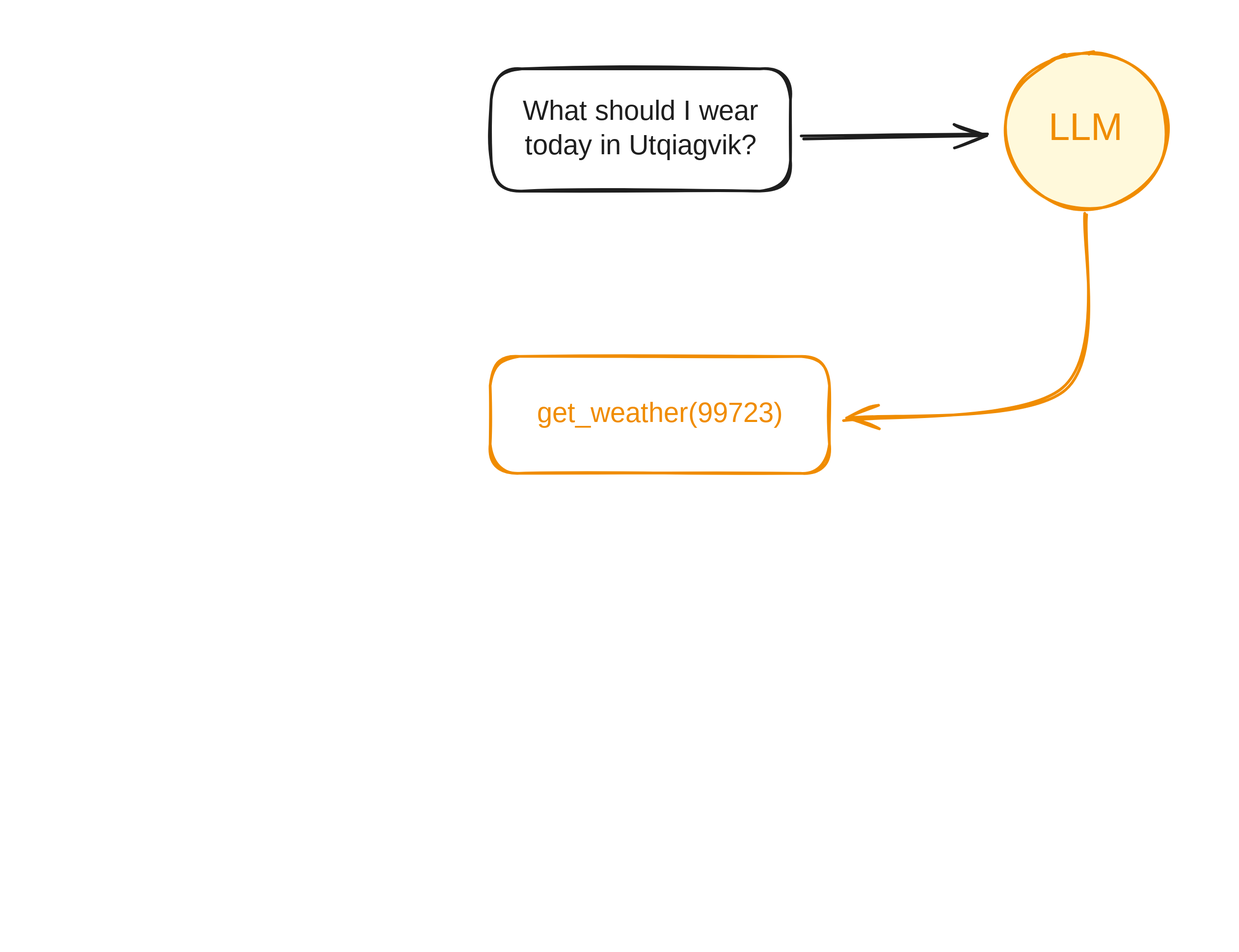
skaltman/r-pharma-llm keeps this Excalidraw diagram as website/slides/assets/tools-diagram-02.excalidraw.svg. Above is the earlier version. Source tidied: one line per element, renumbered; positions are measured from the earlier drawing's top-left corner, leaving out a move shared by most shapes.
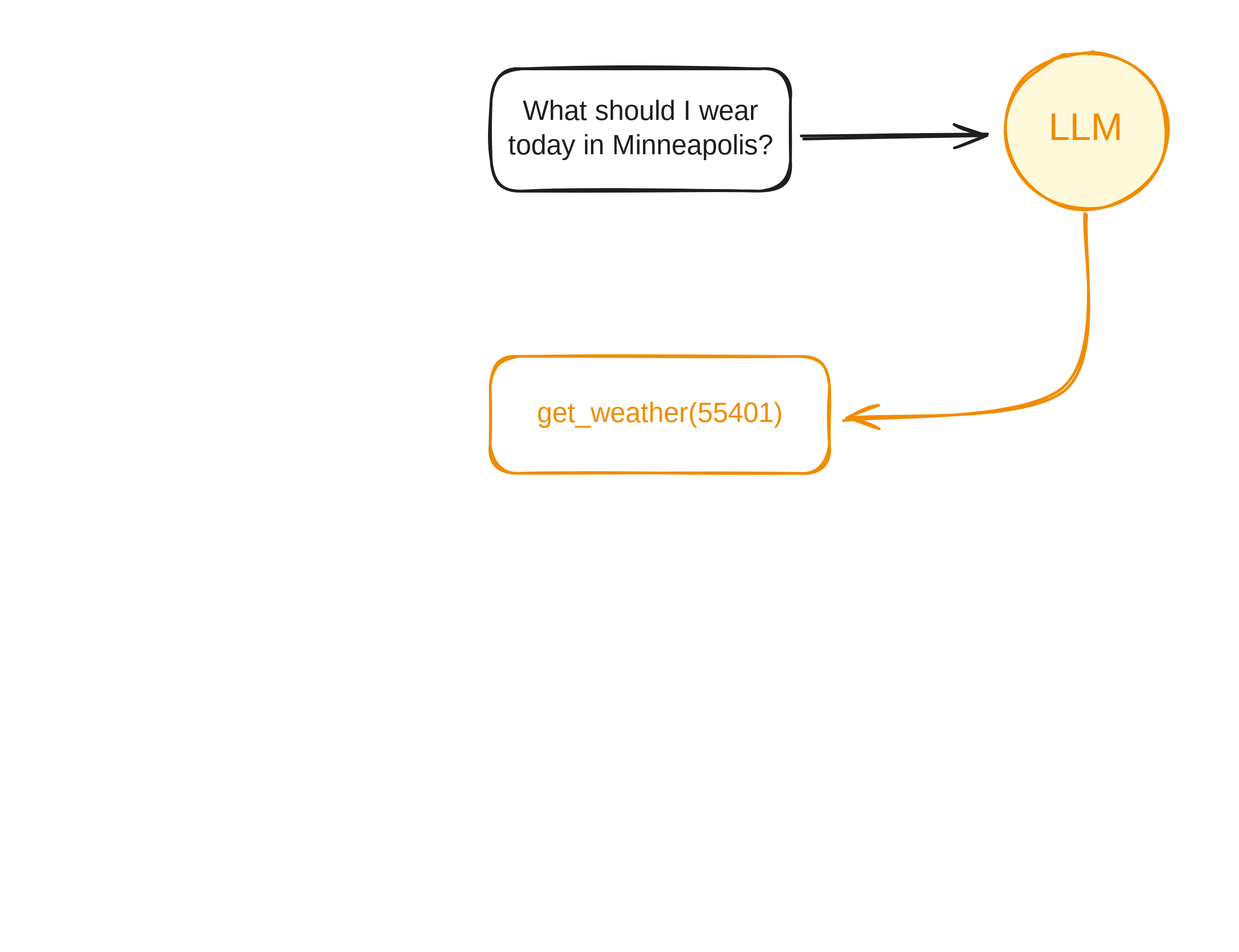
After the change.

The edit, as a diff of the source:
```diff
@@ -1,9 +1,9 @@
 {"id": 0, "type": "rectangle", "strokeColor": "#1e1e1e", "strokeWidth": 2, "roughness": 1, "round": true, "x": 347, "y": 40, "width": 218, "height": 89}
-{"id": 1, "type": "text", "text": "What should I wear\ntoday in Utqiagvik?", "strokeColor": "#1e1e1e", "strokeWidth": 2, "roughness": 1, "fontSize": 20, "fontFamily": 5, "textAlign": "center", "verticalAlign": "middle", "inside": 0, "x": 361, "y": 60, "width": 191, "height": 50}
+{"id": 1, "type": "text", "text": "What should I wear\ntoday in Minneapolis?", "strokeColor": "#1e1e1e", "strokeWidth": 2, "roughness": 1, "fontSize": 20, "fontFamily": 5, "textAlign": "center", "verticalAlign": "middle", "inside": 0, "x": 354, "y": 60, "width": 204, "height": 50}
 {"id": 2, "type": "ellipse", "strokeColor": "#f08c00", "backgroundColor": "#fff9db", "fillStyle": "solid", "strokeWidth": 2, "roughness": 1, "round": true, "x": 721, "y": 28, "width": 119, "height": 114}
 {"id": 3, "type": "text", "text": "LLM", "strokeColor": "#f08c00", "backgroundColor": "#ffec99", "fillStyle": "solid", "strokeWidth": 2, "roughness": 1, "fontSize": 28, "fontFamily": 5, "textAlign": "center", "verticalAlign": "middle", "inside": 2, "x": 754, "y": 67, "width": 52, "height": 35}
 {"id": 4, "type": "arrow", "strokeColor": "#1e1e1e", "backgroundColor": "#b2f2bb", "fillStyle": "solid", "strokeWidth": 2, "roughness": 1, "endArrowhead": "arrow", "round": true, "from": 0, "to": 2, "x": 574, "y": 90, "width": 134, "height": 2, "points": [[0, 0], [134, -2]]}
 {"id": 5, "type": "arrow", "strokeColor": "#f08c00", "backgroundColor": "#b2f2bb", "fillStyle": "solid", "strokeWidth": 2, "roughness": 1, "endArrowhead": "arrow", "round": true, "from": 2, "to": 6, "x": 781, "y": 146, "width": 176, "height": 148, "points": [[0, 0], [-16, 126], [-176, 148]]}
 {"id": 6, "type": "rectangle", "strokeColor": "#f08c00", "strokeWidth": 2, "roughness": 1, "round": true, "x": 347, "y": 249, "width": 247, "height": 85}
-{"id": 7, "type": "text", "text": "get_weather(99723)", "strokeColor": "#f08c00", "strokeWidth": 2, "roughness": 1, "fontSize": 20, "fontFamily": 5, "textAlign": "center", "verticalAlign": "middle", "inside": 6, "x": 369, "y": 279, "width": 203, "height": 25}
+{"id": 7, "type": "text", "text": "get_weather(55401)", "strokeColor": "#f08c00", "strokeWidth": 2, "roughness": 1, "fontSize": 20, "fontFamily": 5, "textAlign": "center", "verticalAlign": "middle", "inside": 6, "x": 371, "y": 279, "width": 199, "height": 25}
 {"id": 8, "type": "rectangle", "strokeColor": "#1e1e1e", "strokeWidth": 2, "roughness": 1, "opacity": 0, "round": true, "x": 0, "y": 0, "width": 882, "height": 672}
```
